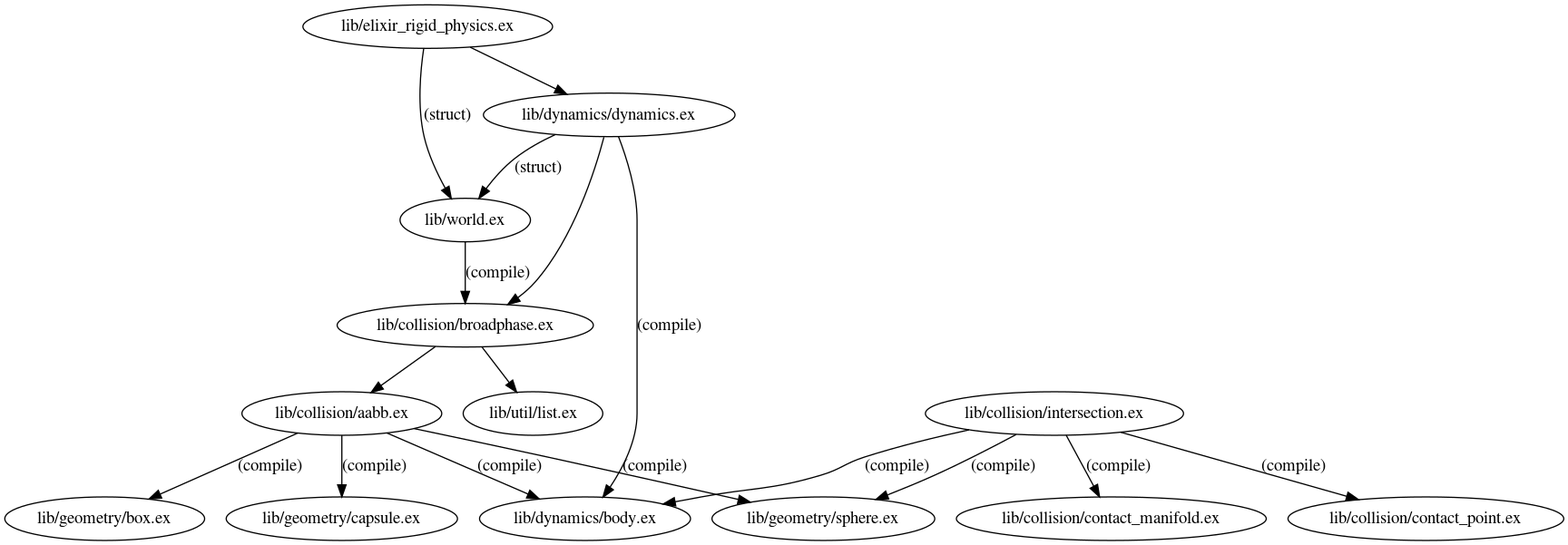
crertel/elixir_rigid_physics keeps this Graphviz diagram as xref_graph.png. Above is the earlier version. Its source is kept beside it as xref_graph.dot. Source of this version:
```dot
digraph "xref graph" {
  "lib/collision/aabb.ex"
  "lib/collision/aabb.ex" -> "lib/dynamics/body.ex" [label="(compile)"]
  "lib/collision/aabb.ex" -> "lib/geometry/box.ex" [label="(compile)"]
  "lib/collision/aabb.ex" -> "lib/geometry/capsule.ex" [label="(compile)"]
  "lib/collision/aabb.ex" -> "lib/geometry/sphere.ex" [label="(compile)"]
  "lib/collision/broadphase.ex"
  "lib/collision/broadphase.ex" -> "lib/collision/aabb.ex"
  "lib/collision/broadphase.ex" -> "lib/util/list.ex"
  "lib/collision/contact_manifold.ex"
  "lib/collision/contact_point.ex"
  "lib/collision/intersection.ex"
  "lib/collision/intersection.ex" -> "lib/collision/contact_manifold.ex" [label="(compile)"]
  "lib/collision/intersection.ex" -> "lib/collision/contact_point.ex" [label="(compile)"]
  "lib/collision/intersection.ex" -> "lib/dynamics/body.ex" [label="(compile)"]
  "lib/collision/intersection.ex" -> "lib/geometry/sphere.ex" [label="(compile)"]
  "lib/dynamics/body.ex"
  "lib/dynamics/dynamics.ex"
  "lib/dynamics/dynamics.ex" -> "lib/collision/broadphase.ex"
  "lib/dynamics/dynamics.ex" -> "lib/dynamics/body.ex" [label="(compile)"]
  "lib/dynamics/dynamics.ex" -> "lib/world.ex" [label="(struct)"]
  "lib/world.ex" -> "lib/collision/broadphase.ex" [label="(compile)"]
  "lib/elixir_rigid_physics.ex"
  "lib/elixir_rigid_physics.ex" -> "lib/dynamics/dynamics.ex"
  "lib/elixir_rigid_physics.ex" -> "lib/world.ex" [label="(struct)"]
  "lib/geometry/box.ex"
  "lib/geometry/capsule.ex"
  "lib/geometry/sphere.ex"
  "lib/util/list.ex"
  "lib/world.ex"
}
```
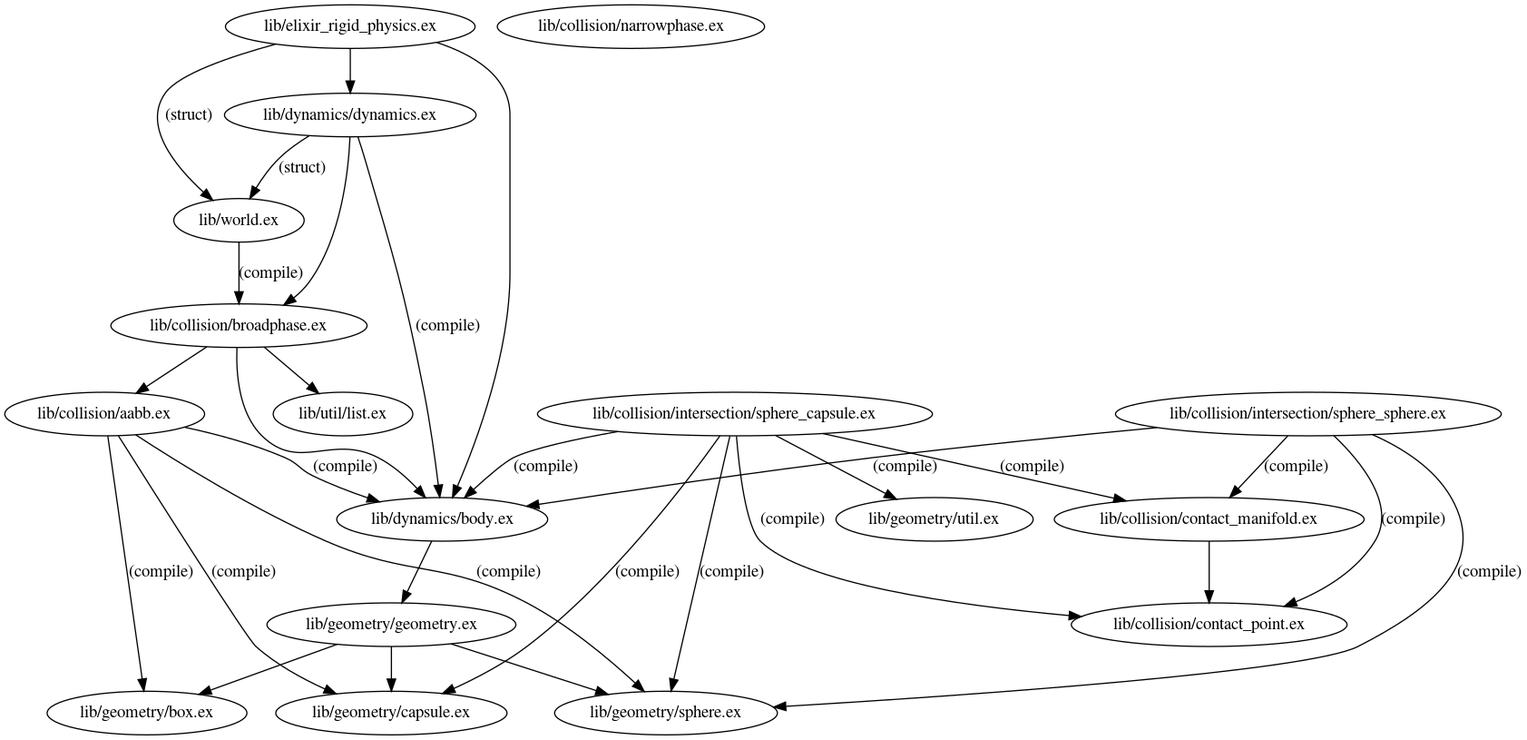
The same diagram one commit later.

The edit, as a diff of the source:
```diff
@@ -1,19 +1,33 @@
 digraph "xref graph" {
   "lib/collision/aabb.ex"
   "lib/collision/aabb.ex" -> "lib/dynamics/body.ex" [label="(compile)"]
+  "lib/dynamics/body.ex" -> "lib/geometry/geometry.ex"
+  "lib/geometry/geometry.ex" -> "lib/geometry/box.ex"
+  "lib/geometry/geometry.ex" -> "lib/geometry/capsule.ex"
+  "lib/geometry/geometry.ex" -> "lib/geometry/sphere.ex"
   "lib/collision/aabb.ex" -> "lib/geometry/box.ex" [label="(compile)"]
   "lib/collision/aabb.ex" -> "lib/geometry/capsule.ex" [label="(compile)"]
   "lib/collision/aabb.ex" -> "lib/geometry/sphere.ex" [label="(compile)"]
   "lib/collision/broadphase.ex"
   "lib/collision/broadphase.ex" -> "lib/collision/aabb.ex"
+  "lib/collision/broadphase.ex" -> "lib/dynamics/body.ex"
   "lib/collision/broadphase.ex" -> "lib/util/list.ex"
   "lib/collision/contact_manifold.ex"
+  "lib/collision/contact_manifold.ex" -> "lib/collision/contact_point.ex"
   "lib/collision/contact_point.ex"
-  "lib/collision/intersection.ex"
-  "lib/collision/intersection.ex" -> "lib/collision/contact_manifold.ex" [label="(compile)"]
-  "lib/collision/intersection.ex" -> "lib/collision/contact_point.ex" [label="(compile)"]
-  "lib/collision/intersection.ex" -> "lib/dynamics/body.ex" [label="(compile)"]
-  "lib/collision/intersection.ex" -> "lib/geometry/sphere.ex" [label="(compile)"]
+  "lib/collision/intersection/sphere_capsule.ex"
+  "lib/collision/intersection/sphere_capsule.ex" -> "lib/collision/contact_manifold.ex" [label="(compile)"]
+  "lib/collision/intersection/sphere_capsule.ex" -> "lib/collision/contact_point.ex" [label="(compile)"]
+  "lib/collision/intersection/sphere_capsule.ex" -> "lib/dynamics/body.ex" [label="(compile)"]
+  "lib/collision/intersection/sphere_capsule.ex" -> "lib/geometry/capsule.ex" [label="(compile)"]
+  "lib/collision/intersection/sphere_capsule.ex" -> "lib/geometry/sphere.ex" [label="(compile)"]
+  "lib/collision/intersection/sphere_capsule.ex" -> "lib/geometry/util.ex"
+  "lib/collision/intersection/sphere_sphere.ex"
+  "lib/collision/intersection/sphere_sphere.ex" -> "lib/collision/contact_manifold.ex" [label="(compile)"]
+  "lib/collision/intersection/sphere_sphere.ex" -> "lib/collision/contact_point.ex" [label="(compile)"]
+  "lib/collision/intersection/sphere_sphere.ex" -> "lib/dynamics/body.ex" [label="(compile)"]
+  "lib/collision/intersection/sphere_sphere.ex" -> "lib/geometry/sphere.ex" [label="(compile)"]
+  "lib/collision/narrowphase.ex"
   "lib/dynamics/body.ex"
   "lib/dynamics/dynamics.ex"
   "lib/dynamics/dynamics.ex" -> "lib/collision/broadphase.ex"
@@ -21,11 +35,14 @@
   "lib/dynamics/dynamics.ex" -> "lib/world.ex" [label="(struct)"]
   "lib/world.ex" -> "lib/collision/broadphase.ex" [label="(compile)"]
   "lib/elixir_rigid_physics.ex"
+  "lib/elixir_rigid_physics.ex" -> "lib/dynamics/body.ex"
   "lib/elixir_rigid_physics.ex" -> "lib/dynamics/dynamics.ex"
   "lib/elixir_rigid_physics.ex" -> "lib/world.ex" [label="(struct)"]
   "lib/geometry/box.ex"
   "lib/geometry/capsule.ex"
+  "lib/geometry/geometry.ex"
   "lib/geometry/sphere.ex"
+  "lib/geometry/util.ex"
   "lib/util/list.ex"
   "lib/world.ex"
 }
```
